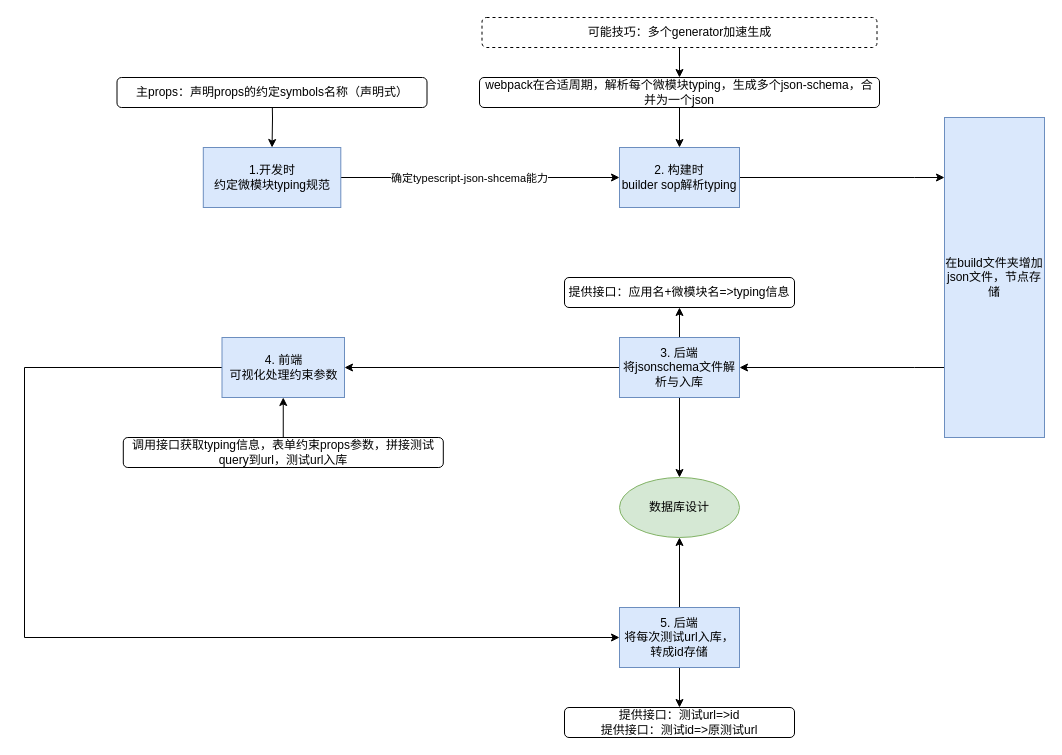
Earlier version of the draw.io diagram micro-mod/Untitled Diagram.drawio (Ekko306/diagrams.net). Source tidied: cells renumbered, new cells numbered last; positions are measured from the earlier drawing's top-left corner, leaving out a move shared by most shapes. Both pictures are drawn from the tidied source at 100%, with x=0, y=0 at pixel (24, -13).
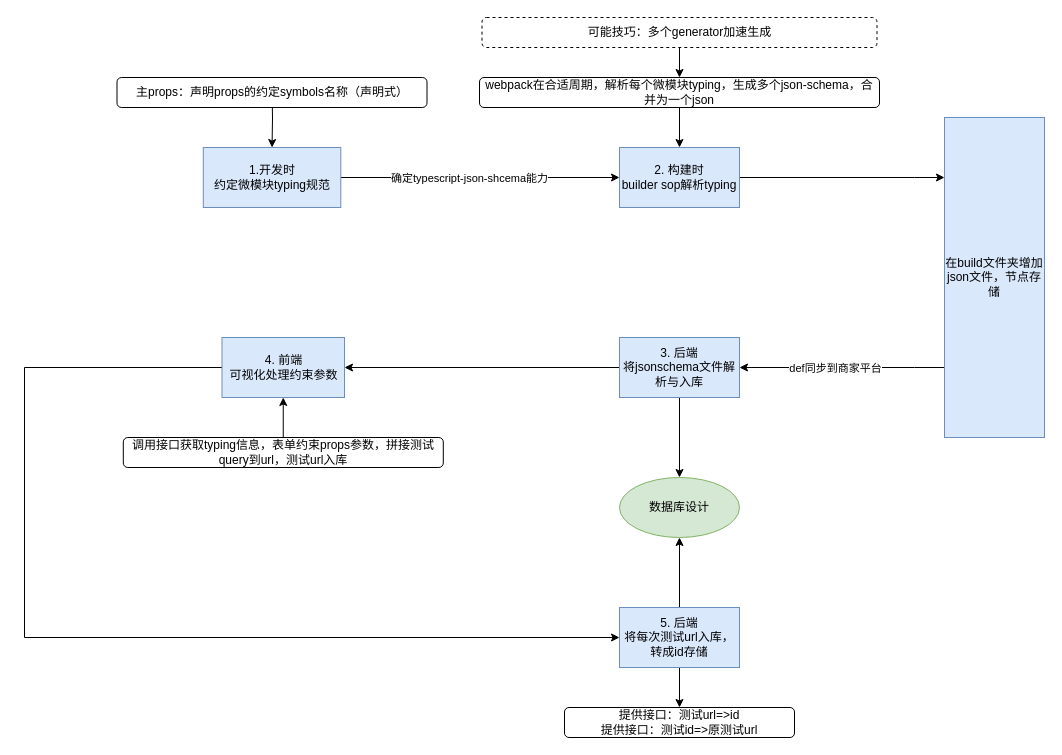
After the change.

The change refers to these unchanged cells:
```xml
<mxCell id="8" style="edgeStyle=orthogonalEdgeStyle;rounded=0;jettySize=auto;html=1;entryX=1;entryY=0.5;entryDx=0;entryDy=0;" parent="1" edge="1" source="9" target="24">
  <mxGeometry relative="1" as="geometry">
    <Array as="points">
      <mxPoint x="890" y="380" />
      <mxPoint x="890" y="380" />
    </Array>
  </mxGeometry>
</mxCell>
<mxCell id="24" value="3. 后端&lt;br&gt;将jsonschema文件解析与入库" style="whiteSpace=wrap;html=1;fillColor=#dae8fc;strokeColor=#6c8ebf;" parent="1" vertex="1">
  <mxGeometry x="595" y="350" width="120" height="60" as="geometry" />
</mxCell>
```

The edit, as a diff of the source:
```diff
@@
+    <mxCell id="36" value="def同步到商家平台" style="edgeLabel;html=1;align=center;verticalAlign=middle;" parent="8" vertex="1">
+      <mxGeometry x="0.23" y="3" relative="1" as="geometry">
+        <mxPoint x="16" y="-3" as="offset" />
+      </mxGeometry>
+    </mxCell>
@@
-    <mxCell id="23" style="edgeStyle=orthogonalEdgeStyle;rounded=0;jettySize=auto;html=1;entryX=0.5;entryY=1;entryDx=0;entryDy=0;" parent="1" edge="1" source="24" target="31">
-      <mxGeometry relative="1" as="geometry" />
-    </mxCell>
@@
-    <mxCell id="31" value="&lt;span&gt;提供接口：应用名+微模块名=&amp;gt;typing信息&lt;/span&gt;" style="rounded=1;whiteSpace=wrap;html=1;" parent="1" vertex="1">
-      <mxGeometry x="540" y="290" width="230" height="30" as="geometry" />
-    </mxCell>
```
